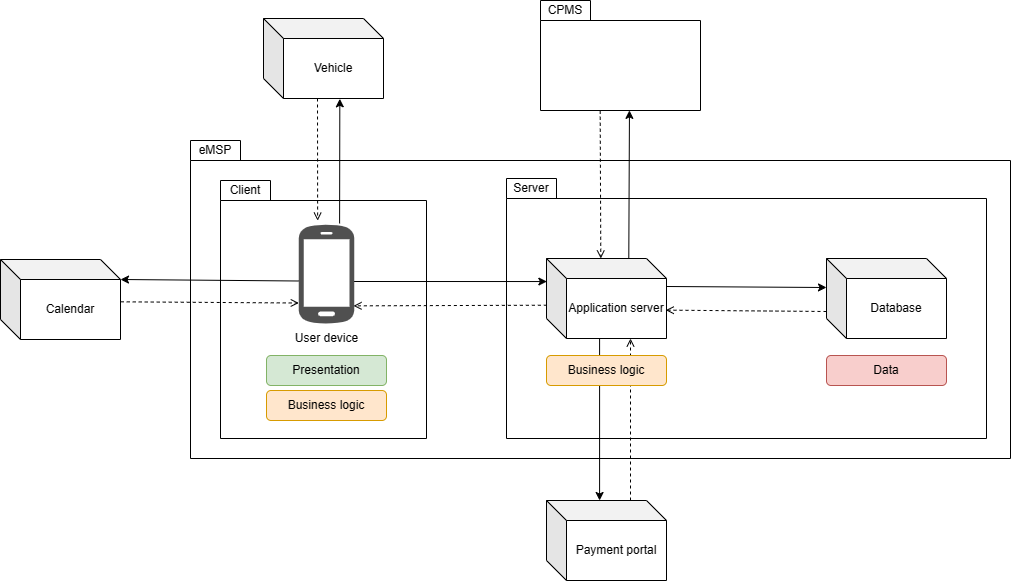
federico-mandelli/CoriglianoMandelliPignataro keeps this draw.io diagram as DD/Graphics/DD-eMSP-overview.drawio.png. Above is the earlier version. Source tidied: cells renumbered, new cells last; positions are measured from the earlier drawing's top-left corner, leaving out a move shared by most shapes. The source it was exported from:
```xml
<mxGraphModel>
  <root>
    <mxCell id="0" />
    <mxCell id="1" parent="0" />
    <mxCell id="2" style="shape=folder;fontStyle=1;spacingTop=10;tabWidth=50;tabHeight=20;tabPosition=left;html=1;" parent="1" vertex="1">
      <mxGeometry x="190" y="140" width="820" height="318" as="geometry" />
    </mxCell>
    <mxCell id="3" style="shape=folder;fontStyle=1;spacingTop=10;tabWidth=50;tabHeight=20;tabPosition=left;html=1;" parent="1" vertex="1">
      <mxGeometry x="506" y="178" width="480" height="260" as="geometry" />
    </mxCell>
    <mxCell id="4" style="shape=folder;fontStyle=1;spacingTop=10;tabWidth=50;tabHeight=20;tabPosition=left;html=1;" parent="1" vertex="1">
      <mxGeometry x="220" y="180" width="206" height="258" as="geometry" />
    </mxCell>
    <mxCell id="5" value="Application server" style="shape=cube;whiteSpace=wrap;html=1;boundedLbl=1;backgroundOutline=1;darkOpacity=0.05;darkOpacity2=0.1;" parent="1" vertex="1">
      <mxGeometry x="546" y="258" width="120" height="80" as="geometry" />
    </mxCell>
    <mxCell id="6" value="Database" style="shape=cube;whiteSpace=wrap;html=1;boundedLbl=1;backgroundOutline=1;darkOpacity=0.05;darkOpacity2=0.1;" parent="1" vertex="1">
      <mxGeometry x="826" y="258" width="120" height="80" as="geometry" />
    </mxCell>
    <mxCell id="7" value="Vehicle" style="shape=cube;whiteSpace=wrap;html=1;boundedLbl=1;backgroundOutline=1;darkOpacity=0.05;darkOpacity2=0.1;" parent="1" vertex="1">
      <mxGeometry x="263" y="18" width="120" height="80" as="geometry" />
    </mxCell>
    <mxCell id="8" style="endArrow=classic;html=1;rounded=0;exitX=0;exitY=0;exitDx=120;exitDy=20;exitPerimeter=0;entryX=0.003;entryY=0.288;entryDx=0;entryDy=0;entryPerimeter=0;" parent="1" edge="1" target="5">
      <mxGeometry relative="1" as="geometry">
        <mxPoint x="353" y="281" as="sourcePoint" />
      </mxGeometry>
    </mxCell>
    <mxCell id="9" style="endArrow=classic;html=1;rounded=0;exitX=0;exitY=0;exitDx=120;exitDy=20;exitPerimeter=0;" parent="1" edge="1">
      <mxGeometry relative="1" as="geometry">
        <mxPoint x="666" y="286" as="sourcePoint" />
        <mxPoint x="826" y="287" as="targetPoint" />
      </mxGeometry>
    </mxCell>
    <mxCell id="10" style="endArrow=open;html=1;rounded=0;endFill=0;dashed=1;exitX=0.406;exitY=0.998;exitDx=0;exitDy=0;exitPerimeter=0;" parent="1" edge="1">
      <mxGeometry relative="1" as="geometry">
        <mxPoint x="317" y="98" as="sourcePoint" />
        <mxPoint x="317.1" y="220.1" as="targetPoint" />
      </mxGeometry>
    </mxCell>
    <mxCell id="11" style="endArrow=open;html=1;rounded=0;endFill=0;dashed=1;exitX=0;exitY=0;exitDx=0;exitDy=60;exitPerimeter=0;entryX=0.994;entryY=0.733;entryDx=0;entryDy=0;entryPerimeter=0;" parent="1" edge="1">
      <mxGeometry relative="1" as="geometry">
        <mxPoint x="826" y="311" as="sourcePoint" />
        <mxPoint x="665.3" y="309.6" as="targetPoint" />
      </mxGeometry>
    </mxCell>
    <mxCell id="12" style="endArrow=open;html=1;rounded=0;endFill=0;dashed=1;entryX=1;entryY=0.767;entryDx=0;entryDy=0;entryPerimeter=0;exitX=0.003;exitY=0.584;exitDx=0;exitDy=0;exitPerimeter=0;" parent="1" edge="1" source="5">
      <mxGeometry relative="1" as="geometry">
        <mxPoint x="353" y="305.4" as="targetPoint" />
      </mxGeometry>
    </mxCell>
    <mxCell id="13" style="endArrow=classic;html=1;rounded=0;entryX=0.636;entryY=1.004;entryDx=0;entryDy=0;entryPerimeter=0;" parent="1" edge="1">
      <mxGeometry relative="1" as="geometry">
        <mxPoint x="339.1" y="223" as="sourcePoint" />
        <mxPoint x="339.3" y="98.3" as="targetPoint" />
      </mxGeometry>
    </mxCell>
    <mxCell id="14" value="Data" style="rounded=1;whiteSpace=wrap;html=1;fillColor=#f8cecc;strokeColor=#b85450;" parent="1" vertex="1">
      <mxGeometry x="826" y="355" width="120" height="30" as="geometry" />
    </mxCell>
    <mxCell id="15" value="Presentation" style="rounded=1;whiteSpace=wrap;html=1;fillColor=#d5e8d4;strokeColor=#82b366;" parent="1" vertex="1">
      <mxGeometry x="266" y="355" width="120" height="30" as="geometry" />
    </mxCell>
    <mxCell id="16" value="Business logic" style="rounded=1;whiteSpace=wrap;html=1;fillColor=#ffe6cc;strokeColor=#d79b00;" parent="1" vertex="1">
      <mxGeometry x="266" y="390" width="120" height="30" as="geometry" />
    </mxCell>
    <mxCell id="17" value="Client" style="text;html=1;strokeColor=none;fillColor=none;align=center;verticalAlign=middle;whiteSpace=wrap;rounded=0;" parent="1" vertex="1">
      <mxGeometry x="220" y="180" width="50" height="20" as="geometry" />
    </mxCell>
    <mxCell id="18" value="Server" style="text;html=1;strokeColor=none;fillColor=none;align=center;verticalAlign=middle;whiteSpace=wrap;rounded=0;" parent="1" vertex="1">
      <mxGeometry x="506" y="178" width="50" height="20" as="geometry" />
    </mxCell>
    <mxCell id="19" value="eMSP" style="text;html=1;strokeColor=none;fillColor=none;align=center;verticalAlign=middle;whiteSpace=wrap;rounded=0;" parent="1" vertex="1">
      <mxGeometry x="190" y="140" width="50" height="20" as="geometry" />
    </mxCell>
    <mxCell id="20" style="shape=folder;fontStyle=1;spacingTop=10;tabWidth=50;tabHeight=20;tabPosition=left;html=1;" parent="1" vertex="1">
      <mxGeometry x="540" width="160" height="110" as="geometry" />
    </mxCell>
    <mxCell id="21" value="CPMS" style="text;html=1;strokeColor=none;fillColor=none;align=center;verticalAlign=middle;whiteSpace=wrap;rounded=0;" parent="1" vertex="1">
      <mxGeometry x="540" width="50" height="20" as="geometry" />
    </mxCell>
    <mxCell id="22" style="endArrow=open;html=1;rounded=0;endFill=0;dashed=1;entryX=0.15;entryY=0;entryDx=0;entryDy=0;entryPerimeter=0;exitX=0.373;exitY=1.002;exitDx=0;exitDy=0;exitPerimeter=0;" parent="1" edge="1" source="20">
      <mxGeometry relative="1" as="geometry">
        <mxPoint x="600.3" y="258" as="targetPoint" />
      </mxGeometry>
    </mxCell>
    <mxCell id="23" style="endArrow=classic;html=1;rounded=0;exitX=0;exitY=0;exitDx=100;exitDy=0;exitPerimeter=0;entryX=0.556;entryY=0.999;entryDx=0;entryDy=0;entryPerimeter=0;" parent="1" edge="1" target="20">
      <mxGeometry relative="1" as="geometry">
        <mxPoint x="628.3" y="258" as="sourcePoint" />
      </mxGeometry>
    </mxCell>
    <mxCell id="24" value="User device" style="sketch=0;shadow=0;dashed=0;html=1;strokeColor=none;fillColor=#505050;labelPosition=center;verticalLabelPosition=bottom;verticalAlign=top;align=center;shape=mxgraph.office.devices.cell_phone_android_proportional;" parent="1" vertex="1">
      <mxGeometry x="298.3" y="223" width="55.4" height="101" as="geometry" />
    </mxCell>
    <mxCell id="25" value="Calendar" style="shape=cube;whiteSpace=wrap;html=1;boundedLbl=1;backgroundOutline=1;darkOpacity=0.05;darkOpacity2=0.1;" parent="1" vertex="1">
      <mxGeometry y="259" width="120" height="80" as="geometry" />
    </mxCell>
    <mxCell id="26" style="endArrow=classic;html=1;rounded=0;entryX=0;entryY=0;entryDx=120;entryDy=20;entryPerimeter=0;" parent="1" edge="1" target="25">
      <mxGeometry relative="1" as="geometry">
        <mxPoint x="298.3" y="280.5" as="sourcePoint" />
      </mxGeometry>
    </mxCell>
    <mxCell id="27" style="endArrow=open;html=1;rounded=0;endFill=0;dashed=1;exitX=1.002;exitY=0.529;exitDx=0;exitDy=0;exitPerimeter=0;" parent="1" edge="1" source="25">
      <mxGeometry relative="1" as="geometry">
        <mxPoint x="298.3" y="302.5" as="targetPoint" />
      </mxGeometry>
    </mxCell>
    <mxCell id="28" value="Payment portal" style="shape=cube;whiteSpace=wrap;html=1;boundedLbl=1;backgroundOutline=1;darkOpacity=0.05;darkOpacity2=0.1;" parent="1" vertex="1">
      <mxGeometry x="546" y="500" width="120" height="80" as="geometry" />
    </mxCell>
    <mxCell id="29" style="endArrow=classic;html=1;rounded=0;" parent="1" edge="1">
      <mxGeometry relative="1" as="geometry">
        <mxPoint x="599.1" y="338" as="sourcePoint" />
        <mxPoint x="599.1" y="500" as="targetPoint" />
      </mxGeometry>
    </mxCell>
    <mxCell id="30" style="endArrow=open;html=1;rounded=0;endFill=0;dashed=1;" parent="1" edge="1">
      <mxGeometry relative="1" as="geometry">
        <mxPoint x="630" y="500" as="sourcePoint" />
        <mxPoint x="630" y="338" as="targetPoint" />
      </mxGeometry>
    </mxCell>
    <mxCell id="31" value="Business logic" style="rounded=1;whiteSpace=wrap;html=1;fillColor=#ffe6cc;strokeColor=#d79b00;" parent="1" vertex="1">
      <mxGeometry x="546" y="355" width="120" height="30" as="geometry" />
    </mxCell>
  </root>
</mxGraphModel>
```
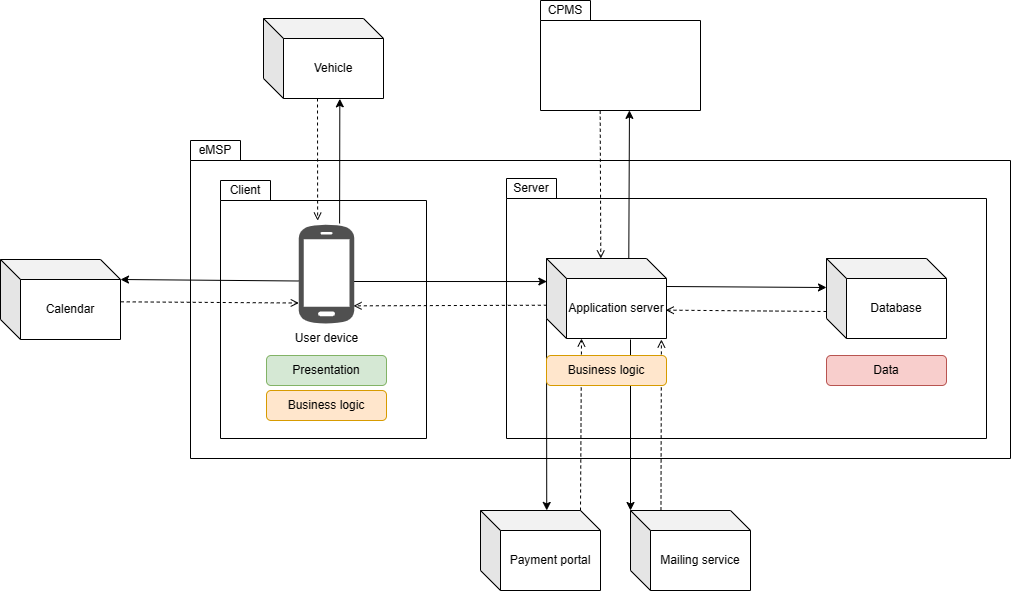
The same file after the commit.

Commit message:
[DD] updated eMSP overview

Diff of the diagram source:
```diff
@@ -105,20 +105,29 @@
       </mxGeometry>
     </mxCell>
     <mxCell id="28" value="Payment portal" style="shape=cube;whiteSpace=wrap;html=1;boundedLbl=1;backgroundOutline=1;darkOpacity=0.05;darkOpacity2=0.1;" parent="1" vertex="1">
-      <mxGeometry x="546" y="500" width="120" height="80" as="geometry" />
+      <mxGeometry x="480" y="510" width="120" height="80" as="geometry" />
     </mxCell>
-    <mxCell id="29" style="endArrow=classic;html=1;rounded=0;" parent="1" edge="1">
-      <mxGeometry relative="1" as="geometry">
-        <mxPoint x="599.1" y="338" as="sourcePoint" />
-        <mxPoint x="599.1" y="500" as="targetPoint" />
-      </mxGeometry>
+    <mxCell id="29" style="endArrow=classic;html=1;rounded=0;entryX=0.552;entryY=-0.001;entryDx=0;entryDy=0;entryPerimeter=0;exitX=0;exitY=0;exitDx=0;exitDy=60;exitPerimeter=0;" parent="1" edge="1" source="5" target="28">
+      <mxGeometry relative="1" as="geometry" />
     </mxCell>
-    <mxCell id="30" style="endArrow=open;html=1;rounded=0;endFill=0;dashed=1;" parent="1" edge="1">
+    <mxCell id="30" style="endArrow=open;html=1;rounded=0;endFill=0;dashed=1;exitX=0;exitY=0;exitDx=100;exitDy=0;exitPerimeter=0;" parent="1" edge="1" source="28">
       <mxGeometry relative="1" as="geometry">
-        <mxPoint x="630" y="500" as="sourcePoint" />
-        <mxPoint x="630" y="338" as="targetPoint" />
+        <mxPoint x="581" y="338" as="targetPoint" />
       </mxGeometry>
     </mxCell>
+    <mxCell id="32" value="Mailing service" style="shape=cube;whiteSpace=wrap;html=1;boundedLbl=1;backgroundOutline=1;darkOpacity=0.05;darkOpacity2=0.1;" parent="1" vertex="1">
+      <mxGeometry x="630" y="510" width="120" height="80" as="geometry" />
+    </mxCell>
+    <mxCell id="33" style="endArrow=classic;html=1;rounded=0;entryX=0;entryY=0;entryDx=0;entryDy=0;entryPerimeter=0;" parent="1" edge="1" target="32">
+      <mxGeometry relative="1" as="geometry">
+        <mxPoint x="630" y="339" as="sourcePoint" />
+      </mxGeometry>
+    </mxCell>
+    <mxCell id="34" style="endArrow=open;html=1;rounded=0;endFill=0;dashed=1;exitX=0.254;exitY=-0.001;exitDx=0;exitDy=0;exitPerimeter=0;" parent="1" edge="1" source="32">
+      <mxGeometry relative="1" as="geometry">
+        <mxPoint x="660.9" y="339" as="targetPoint" />
+      </mxGeometry>
+    </mxCell>
     <mxCell id="31" value="Business logic" style="rounded=1;whiteSpace=wrap;html=1;fillColor=#ffe6cc;strokeColor=#d79b00;" parent="1" vertex="1">
       <mxGeometry x="546" y="355" width="120" height="30" as="geometry" />
     </mxCell>
```
